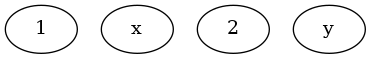
Before: book3/sample.png, a diagram exported from Graphviz (YesicaKim/Deep_Learning_from_Scratch). Its source is kept beside it as book3/sample.dot. Source of this version:
```dot
digraph g {
1 x
2 y
}
```
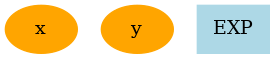
Above is the later version.

Diff of the diagram source:
```diff
@@ -1,4 +1,5 @@
 digraph g {
-1 x
-2 y
+1 [label="x", color=orange, style=filled]
+2 [label="y", color=orange, style=filled]
+3 [label="EXP", color=lightblue, style=filled, shape=box]
 }
```
